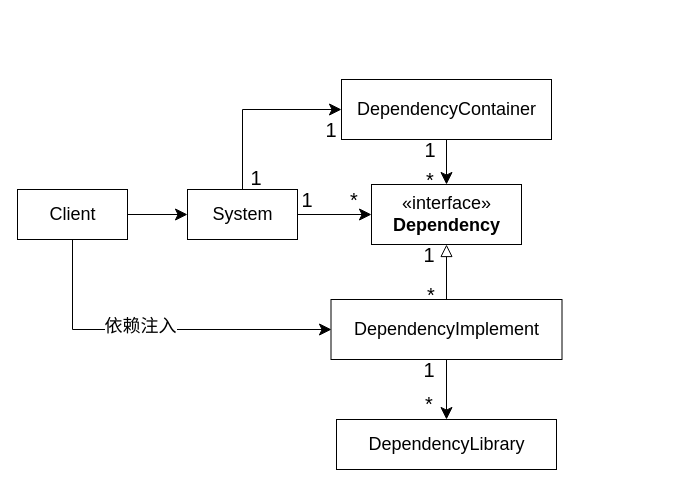
yyc-git/3DProgramPattern keeps this draw.io diagram as packages/依赖隔离模式/role_abstract/UML.drawio. Above is the earlier version. Source tidied: cells renumbered, new cells numbered last; positions are measured from the earlier drawing's top-left corner, leaving out a move shared by most shapes. Both pictures are drawn from the tidied source at 100%, with x=0, y=0 at pixel (17, 79).
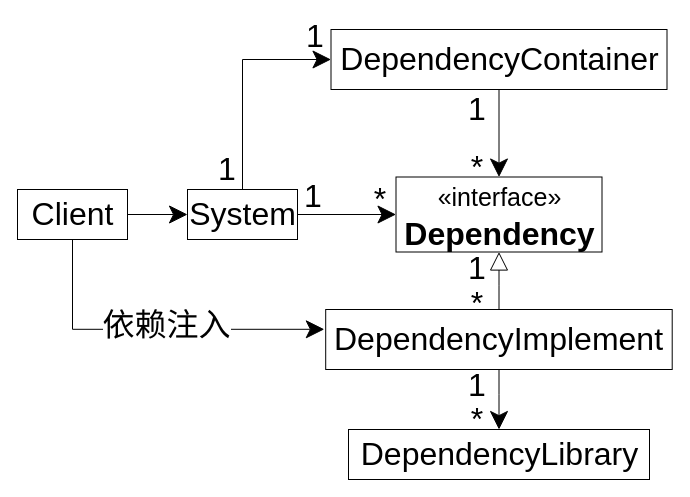
The same page after the edit.

The edit, as a diff of the source:
```diff
@@
-    <mxCell id="2" style="edgeStyle=orthogonalEdgeStyle;rounded=0;jettySize=auto;html=1;entryX=0;entryY=0.5;entryDx=0;entryDy=0;endSize=10;startSize=10;" parent="1" edge="1" source="4" target="8">
+    <mxCell id="2" style="edgeStyle=orthogonalEdgeStyle;rounded=0;jettySize=auto;html=1;entryX=0;entryY=0.5;entryDx=0;entryDy=0;endSize=16;startSize=16;fontSize=32;" parent="1" edge="1" source="4" target="8">
       <mxGeometry relative="1" as="geometry" />
     </mxCell>
-    <mxCell id="3" style="edgeStyle=orthogonalEdgeStyle;rounded=0;jettySize=auto;html=1;entryX=0;entryY=0.5;entryDx=0;entryDy=0;exitX=0.5;exitY=0;exitDx=0;exitDy=0;endSize=10;startSize=10;" parent="1" edge="1" source="4" target="15">
+    <mxCell id="3" style="edgeStyle=orthogonalEdgeStyle;rounded=0;jettySize=auto;html=1;entryX=0;entryY=0.5;entryDx=0;entryDy=0;exitX=0.5;exitY=0;exitDx=0;exitDy=0;endSize=16;startSize=16;fontSize=32;" parent="1" edge="1" source="4" target="15">
       <mxGeometry relative="1" as="geometry" />
     </mxCell>
-    <mxCell id="4" value="System" style="html=1;fontSize=18;" parent="1" vertex="1">
+    <mxCell id="4" value="System" style="html=1;fontSize=32;" parent="1" vertex="1">
       <mxGeometry x="170" y="110" width="110" height="50" as="geometry" />
     </mxCell>
-    <mxCell id="5" style="edgeStyle=orthogonalEdgeStyle;rounded=0;jettySize=auto;html=1;entryX=0.5;entryY=1;entryDx=0;entryDy=0;endArrow=block;endFill=0;endSize=10;startSize=10;" parent="1" edge="1" source="7" target="8">
+    <mxCell id="5" style="edgeStyle=orthogonalEdgeStyle;rounded=0;jettySize=auto;html=1;entryX=0.5;entryY=1;entryDx=0;entryDy=0;endArrow=block;endFill=0;endSize=16;startSize=16;fontSize=32;" parent="1" edge="1" source="7" target="8">
       <mxGeometry relative="1" as="geometry" />
     </mxCell>
-    <mxCell id="6" style="edgeStyle=orthogonalEdgeStyle;rounded=0;jettySize=auto;html=1;startArrow=none;startFill=0;endSize=10;startSize=10;" parent="1" edge="1" source="7" target="9">
+    <mxCell id="6" style="edgeStyle=orthogonalEdgeStyle;rounded=0;jettySize=auto;html=1;startArrow=none;startFill=0;endSize=16;startSize=16;fontSize=32;" parent="1" edge="1" source="7" target="9">
       <mxGeometry relative="1" as="geometry" />
     </mxCell>
-    <mxCell id="7" value="DependencyImplement" style="html=1;fontSize=18;" parent="1" vertex="1">
-      <mxGeometry x="313.5" y="220" width="231" height="60" as="geometry" />
+    <mxCell id="7" value="DependencyImplement" style="html=1;fontSize=32;" parent="1" vertex="1">
+      <mxGeometry x="308.2" y="230" width="346.5" height="60" as="geometry" />
     </mxCell>
-    <mxCell id="8" value="&lt;font style=&quot;font-size: 18px&quot;&gt;«interface»&lt;br&gt;&lt;b&gt;Dependency&lt;/b&gt;&lt;/font&gt;" style="html=1;" parent="1" vertex="1">
-      <mxGeometry x="354" y="105" width="150" height="60" as="geometry" />
+    <mxCell id="8" value="&lt;font&gt;&lt;font style=&quot;font-size: 25px&quot;&gt;«interface»&lt;/font&gt;&lt;br style=&quot;font-size: 32px&quot;&gt;&lt;b style=&quot;font-size: 32px&quot;&gt;Dependency&lt;/b&gt;&lt;/font&gt;" style="html=1;fontSize=32;" parent="1" vertex="1">
+      <mxGeometry x="378.5" y="97.5" width="206" height="75" as="geometry" />
     </mxCell>
-    <mxCell id="9" value="DependencyLibrary" style="html=1;fontSize=18;" parent="1" vertex="1">
-      <mxGeometry x="319" y="340" width="220" height="50" as="geometry" />
+    <mxCell id="9" value="DependencyLibrary" style="html=1;fontSize=32;" parent="1" vertex="1">
+      <mxGeometry x="331" y="350" width="301" height="50" as="geometry" />
     </mxCell>
-    <mxCell id="10" style="edgeStyle=orthogonalEdgeStyle;rounded=0;jettySize=auto;html=1;entryX=0;entryY=0.5;entryDx=0;entryDy=0;endSize=10;startSize=10;" parent="1" edge="1" source="13" target="4">
+    <mxCell id="10" style="edgeStyle=orthogonalEdgeStyle;rounded=0;jettySize=auto;html=1;entryX=0;entryY=0.5;entryDx=0;entryDy=0;endSize=16;startSize=16;fontSize=32;" parent="1" edge="1" source="13" target="4">
       <mxGeometry relative="1" as="geometry" />
     </mxCell>
-    <mxCell id="11" style="edgeStyle=orthogonalEdgeStyle;rounded=0;jettySize=auto;html=1;endSize=10;startSize=10;" parent="1" edge="1" source="13">
+    <mxCell id="11" style="edgeStyle=orthogonalEdgeStyle;rounded=0;jettySize=auto;html=1;endSize=16;startSize=16;fontSize=32;entryX=-0.004;entryY=0.33;entryDx=0;entryDy=0;entryPerimeter=0;" parent="1" edge="1" source="13" target="7">
       <mxGeometry relative="1" as="geometry">
-        <mxPoint x="314" y="250" as="targetPoint" />
         <Array as="points">
           <mxPoint x="55" y="250" />
         </Array>
       </mxGeometry>
     </mxCell>
-    <mxCell id="12" value="&lt;span style=&quot;font-size: 18px&quot;&gt;依赖注入&lt;/span&gt;" style="edgeLabel;html=1;align=center;verticalAlign=middle;" parent="11" vertex="1">
-      <mxGeometry x="-0.1" y="4" relative="1" as="geometry" />
+    <mxCell id="12" value="&lt;span style=&quot;font-size: 32px;&quot;&gt;依赖注入&lt;/span&gt;" style="edgeLabel;html=1;align=center;verticalAlign=middle;fontSize=32;" parent="11" vertex="1">
+      <mxGeometry x="-0.1" y="4" relative="1" as="geometry">
+        <mxPoint x="29" as="offset" />
+      </mxGeometry>
     </mxCell>
-    <mxCell id="13" value="Client" style="html=1;fontSize=18;" parent="1" vertex="1">
+    <mxCell id="13" value="Client" style="html=1;fontSize=32;" parent="1" vertex="1">
       <mxGeometry y="110" width="110" height="50" as="geometry" />
     </mxCell>
-    <mxCell id="14" style="edgeStyle=orthogonalEdgeStyle;rounded=0;jettySize=auto;html=1;endSize=10;startSize=10;" parent="1" edge="1" source="15" target="8">
+    <mxCell id="14" style="edgeStyle=orthogonalEdgeStyle;rounded=0;jettySize=auto;html=1;endSize=16;startSize=16;fontSize=32;" parent="1" edge="1" source="15" target="8">
       <mxGeometry relative="1" as="geometry" />
     </mxCell>
-    <mxCell id="15" value="DependencyContainer" style="html=1;fontSize=18;" parent="1" vertex="1">
-      <mxGeometry x="324" width="210" height="60" as="geometry" />
+    <mxCell id="15" value="DependencyContainer" style="html=1;fontSize=32;" parent="1" vertex="1">
+      <mxGeometry x="313.5" y="-50" width="336" height="60" as="geometry" />
     </mxCell>
-    <mxCell id="16" value="&lt;span style=&quot;font-size: 20px&quot;&gt;1&lt;/span&gt;" style="text;html=1;strokeColor=none;fillColor=none;align=center;verticalAlign=middle;whiteSpace=wrap;rounded=0;strokeWidth=1;" parent="1" vertex="1">
-      <mxGeometry x="280" y="110" width="20" height="20" as="geometry" />
+    <mxCell id="16" value="&lt;span style=&quot;font-size: 32px;&quot;&gt;1&lt;/span&gt;" style="text;html=1;strokeColor=none;fillColor=none;align=center;verticalAlign=middle;whiteSpace=wrap;rounded=0;strokeWidth=1;fontSize=32;" parent="1" vertex="1">
+      <mxGeometry x="286" y="107" width="20" height="20" as="geometry" />
     </mxCell>
-    <mxCell id="17" value="&lt;span style=&quot;font-size: 20px&quot;&gt;*&lt;/span&gt;" style="text;html=1;strokeColor=none;fillColor=none;align=center;verticalAlign=middle;whiteSpace=wrap;rounded=0;strokeWidth=1;" parent="1" vertex="1">
-      <mxGeometry x="327" y="110" width="20" height="20" as="geometry" />
+    <mxCell id="17" value="&lt;span style=&quot;font-size: 32px;&quot;&gt;*&lt;/span&gt;" style="text;html=1;strokeColor=none;fillColor=none;align=center;verticalAlign=middle;whiteSpace=wrap;rounded=0;strokeWidth=1;fontSize=32;" parent="1" vertex="1">
+      <mxGeometry x="353" y="110" width="20" height="20" as="geometry" />
     </mxCell>
-    <mxCell id="18" value="&lt;span style=&quot;font-size: 20px&quot;&gt;*&lt;/span&gt;" style="text;html=1;strokeColor=none;fillColor=none;align=center;verticalAlign=middle;whiteSpace=wrap;rounded=0;strokeWidth=1;" parent="1" vertex="1">
-      <mxGeometry x="404" y="205" width="20" height="20" as="geometry" />
+    <mxCell id="18" value="&lt;span style=&quot;font-size: 32px;&quot;&gt;*&lt;/span&gt;" style="text;html=1;strokeColor=none;fillColor=none;align=center;verticalAlign=middle;whiteSpace=wrap;rounded=0;strokeWidth=1;fontSize=32;" parent="1" vertex="1">
+      <mxGeometry x="450" y="214" width="20" height="20" as="geometry" />
     </mxCell>
-    <mxCell id="19" value="&lt;span style=&quot;font-size: 20px&quot;&gt;1&lt;/span&gt;" style="text;html=1;strokeColor=none;fillColor=none;align=center;verticalAlign=middle;whiteSpace=wrap;rounded=0;strokeWidth=1;" parent="1" vertex="1">
-      <mxGeometry x="402" y="165" width="20" height="20" as="geometry" />
+    <mxCell id="19" value="&lt;span style=&quot;font-size: 32px;&quot;&gt;1&lt;/span&gt;" style="text;html=1;strokeColor=none;fillColor=none;align=center;verticalAlign=middle;whiteSpace=wrap;rounded=0;strokeWidth=1;fontSize=32;" parent="1" vertex="1">
+      <mxGeometry x="450" y="178.5" width="20" height="20" as="geometry" />
     </mxCell>
-    <mxCell id="20" value="&lt;span style=&quot;font-size: 20px&quot;&gt;1&lt;/span&gt;" style="text;html=1;strokeColor=none;fillColor=none;align=center;verticalAlign=middle;whiteSpace=wrap;rounded=0;strokeWidth=1;" parent="1" vertex="1">
-      <mxGeometry x="402" y="280" width="20" height="20" as="geometry" />
+    <mxCell id="20" value="&lt;span style=&quot;font-size: 32px;&quot;&gt;1&lt;/span&gt;" style="text;html=1;strokeColor=none;fillColor=none;align=center;verticalAlign=middle;whiteSpace=wrap;rounded=0;strokeWidth=1;fontSize=32;" parent="1" vertex="1">
+      <mxGeometry x="450" y="296" width="20" height="20" as="geometry" />
     </mxCell>
-    <mxCell id="21" value="&lt;span style=&quot;font-size: 20px&quot;&gt;*&lt;/span&gt;" style="text;html=1;strokeColor=none;fillColor=none;align=center;verticalAlign=middle;whiteSpace=wrap;rounded=0;strokeWidth=1;" parent="1" vertex="1">
-      <mxGeometry x="402" y="314" width="20" height="20" as="geometry" />
+    <mxCell id="21" value="&lt;span style=&quot;font-size: 32px;&quot;&gt;*&lt;/span&gt;" style="text;html=1;strokeColor=none;fillColor=none;align=center;verticalAlign=middle;whiteSpace=wrap;rounded=0;strokeWidth=1;fontSize=32;" parent="1" vertex="1">
+      <mxGeometry x="450" y="330" width="20" height="20" as="geometry" />
     </mxCell>
-    <mxCell id="22" value="&lt;span style=&quot;font-size: 20px&quot;&gt;1&lt;/span&gt;" style="text;html=1;strokeColor=none;fillColor=none;align=center;verticalAlign=middle;whiteSpace=wrap;rounded=0;strokeWidth=1;" parent="1" vertex="1">
-      <mxGeometry x="403" y="60" width="20" height="20" as="geometry" />
+    <mxCell id="22" value="&lt;span style=&quot;font-size: 32px;&quot;&gt;1&lt;/span&gt;" style="text;html=1;strokeColor=none;fillColor=none;align=center;verticalAlign=middle;whiteSpace=wrap;rounded=0;strokeWidth=1;fontSize=32;" parent="1" vertex="1">
+      <mxGeometry x="450" y="20" width="20" height="20" as="geometry" />
     </mxCell>
-    <mxCell id="23" value="&lt;span style=&quot;font-size: 20px&quot;&gt;*&lt;/span&gt;" style="text;html=1;strokeColor=none;fillColor=none;align=center;verticalAlign=middle;whiteSpace=wrap;rounded=0;strokeWidth=1;" parent="1" vertex="1">
-      <mxGeometry x="403" y="90" width="20" height="20" as="geometry" />
+    <mxCell id="23" value="&lt;span style=&quot;font-size: 32px;&quot;&gt;*&lt;/span&gt;" style="text;html=1;strokeColor=none;fillColor=none;align=center;verticalAlign=middle;whiteSpace=wrap;rounded=0;strokeWidth=1;fontSize=32;" parent="1" vertex="1">
+      <mxGeometry x="450" y="77.5" width="20" height="20" as="geometry" />
     </mxCell>
-    <mxCell id="24" value="&lt;span style=&quot;font-size: 20px&quot;&gt;1&lt;/span&gt;" style="text;html=1;strokeColor=none;fillColor=none;align=center;verticalAlign=middle;whiteSpace=wrap;rounded=0;strokeWidth=1;" parent="1" vertex="1">
-      <mxGeometry x="229" y="88" width="20" height="20" as="geometry" />
+    <mxCell id="24" value="&lt;span style=&quot;font-size: 32px;&quot;&gt;1&lt;/span&gt;" style="text;html=1;strokeColor=none;fillColor=none;align=center;verticalAlign=middle;whiteSpace=wrap;rounded=0;strokeWidth=1;fontSize=32;" parent="1" vertex="1">
+      <mxGeometry x="200" y="79.5" width="20" height="20" as="geometry" />
     </mxCell>
-    <mxCell id="25" value="&lt;span style=&quot;font-size: 20px&quot;&gt;1&lt;/span&gt;" style="text;html=1;strokeColor=none;fillColor=none;align=center;verticalAlign=middle;whiteSpace=wrap;rounded=0;strokeWidth=1;" parent="1" vertex="1">
-      <mxGeometry x="304" y="40" width="20" height="20" as="geometry" />
+    <mxCell id="25" value="&lt;span style=&quot;font-size: 32px;&quot;&gt;1&lt;/span&gt;" style="text;html=1;strokeColor=none;fillColor=none;align=center;verticalAlign=middle;whiteSpace=wrap;rounded=0;strokeWidth=1;fontSize=32;" parent="1" vertex="1">
+      <mxGeometry x="288.2" y="-53" width="20" height="20" as="geometry" />
     </mxCell>
```
